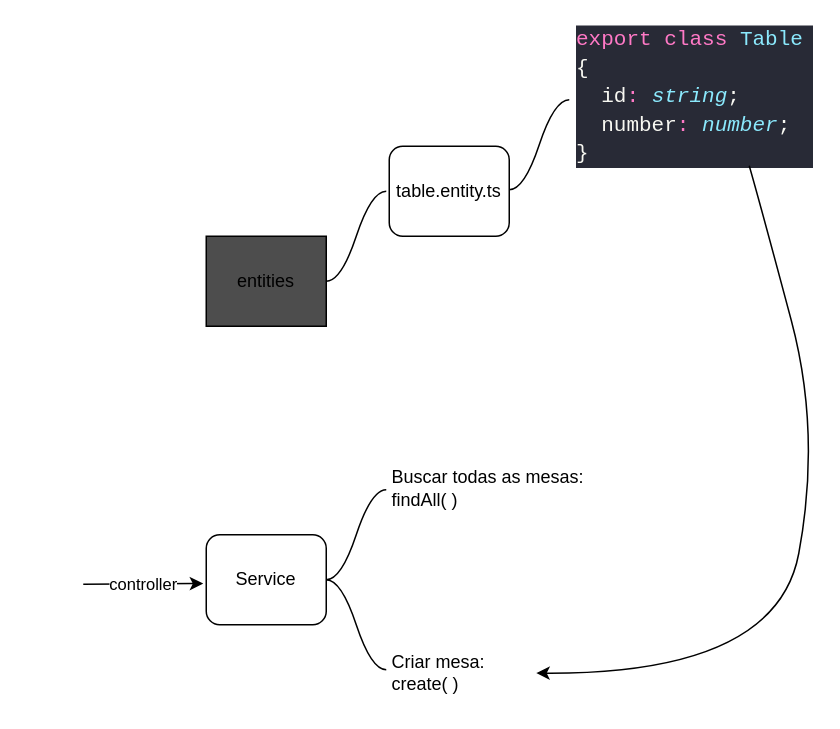
The draw.io diagram page "Entities" (3 of 5) of table.drawio in SandroXC/pizza-fresh-server, before the edit. Source tidied: cells renumbered, new cells numbered last; positions are measured from the earlier drawing's top-left corner, leaving out a move shared by most shapes. Both pictures are drawn from the tidied source at 150%, with x=0, y=0 at pixel (82, 28).
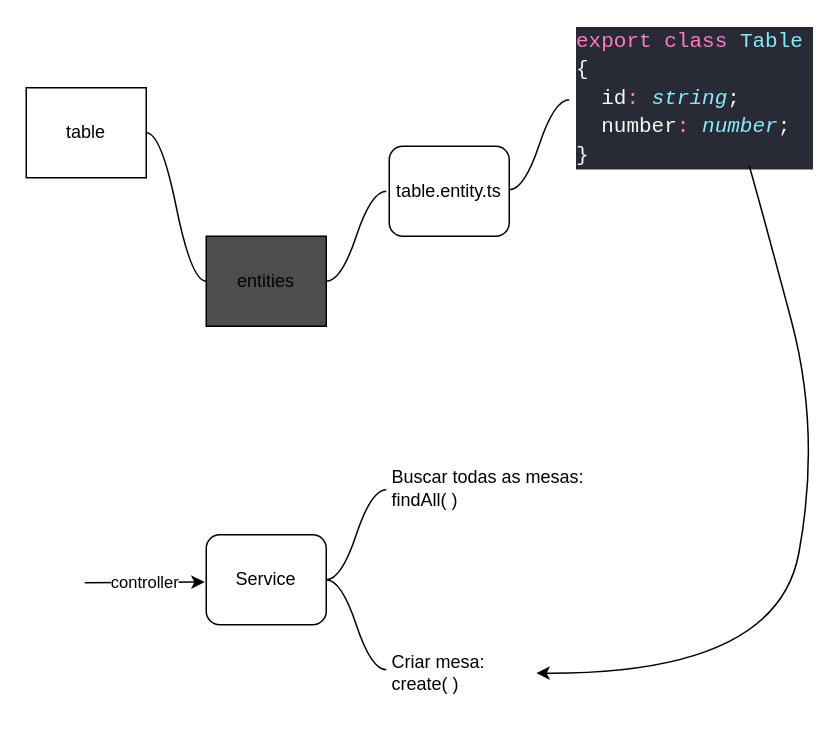
Above is the later version.

Change to the diagram source:
```diff
@@
     <mxCell id="6" value="&lt;div style=&quot;color: rgb(248, 248, 242); background-color: rgb(40, 42, 54); font-family: Consolas, &amp;quot;Courier New&amp;quot;, monospace; font-size: 14px; line-height: 19px;&quot;&gt;&lt;div&gt;&lt;span style=&quot;color: #ff79c6;&quot;&gt;export&lt;/span&gt; &lt;span style=&quot;color: #ff79c6;&quot;&gt;class&lt;/span&gt; &lt;span style=&quot;color: #8be9fd;&quot;&gt;Table&lt;/span&gt; {&lt;/div&gt;&lt;div&gt;&amp;nbsp; id&lt;span style=&quot;color: #ff79c6;&quot;&gt;:&lt;/span&gt; &lt;span style=&quot;color: #8be9fd;font-style: italic;&quot;&gt;string&lt;/span&gt;;&lt;/div&gt;&lt;div&gt;&amp;nbsp; number&lt;span style=&quot;color: #ff79c6;&quot;&gt;:&lt;/span&gt; &lt;span style=&quot;color: #8be9fd;font-style: italic;&quot;&gt;number&lt;/span&gt;;&lt;/div&gt;&lt;div&gt;}&lt;/div&gt;&lt;/div&gt;" style="text;html=1;strokeColor=none;fillColor=none;align=left;verticalAlign=middle;whiteSpace=wrap;rounded=0;" parent="1" vertex="1">
-      <mxGeometry x="327" width="160" height="90" as="geometry" />
+      <mxGeometry x="327" y="1" width="160" height="90" as="geometry" />
     </mxCell>
@@
     <mxCell id="13" style="endArrow=classic;html=1;" parent="1" edge="1">
       <mxGeometry relative="1" as="geometry">
-        <mxPoint y="370" as="sourcePoint" />
-        <mxPoint x="80" y="369.5" as="targetPoint" />
+        <mxPoint x="1" y="369" as="sourcePoint" />
+        <mxPoint x="81" y="368.5" as="targetPoint" />
       </mxGeometry>
     </mxCell>
@@
+    <mxCell id="15" value="table" style="rounded=0;whiteSpace=wrap;html=1;" parent="1" vertex="1">
+      <mxGeometry x="-38" y="39" width="80" height="60" as="geometry" />
+    </mxCell>
+    <mxCell id="16" style="edgeStyle=entityRelationEdgeStyle;startArrow=none;endArrow=none;segment=10;curved=1;sourcePerimeterSpacing=0;targetPerimeterSpacing=0;exitX=1;exitY=0.5;exitDx=0;exitDy=0;entryX=0;entryY=0.5;entryDx=0;entryDy=0;" parent="1" edge="1" source="15">
+      <mxGeometry relative="1" as="geometry">
+        <mxPoint x="82" y="168" as="targetPoint" />
+      </mxGeometry>
+    </mxCell>
```
